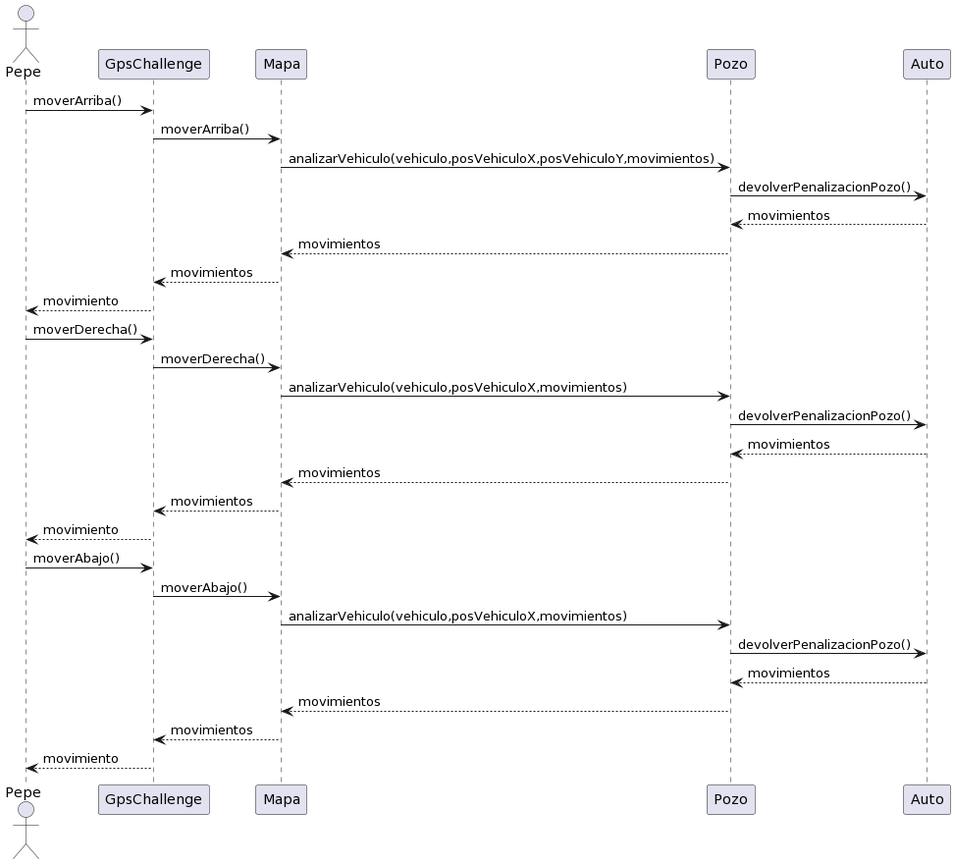
IannielloR/TP2_algo3 keeps this PlantUML diagram as diagrams/sequences/02TestAutoConPozo.PNG. Above is the earlier version.
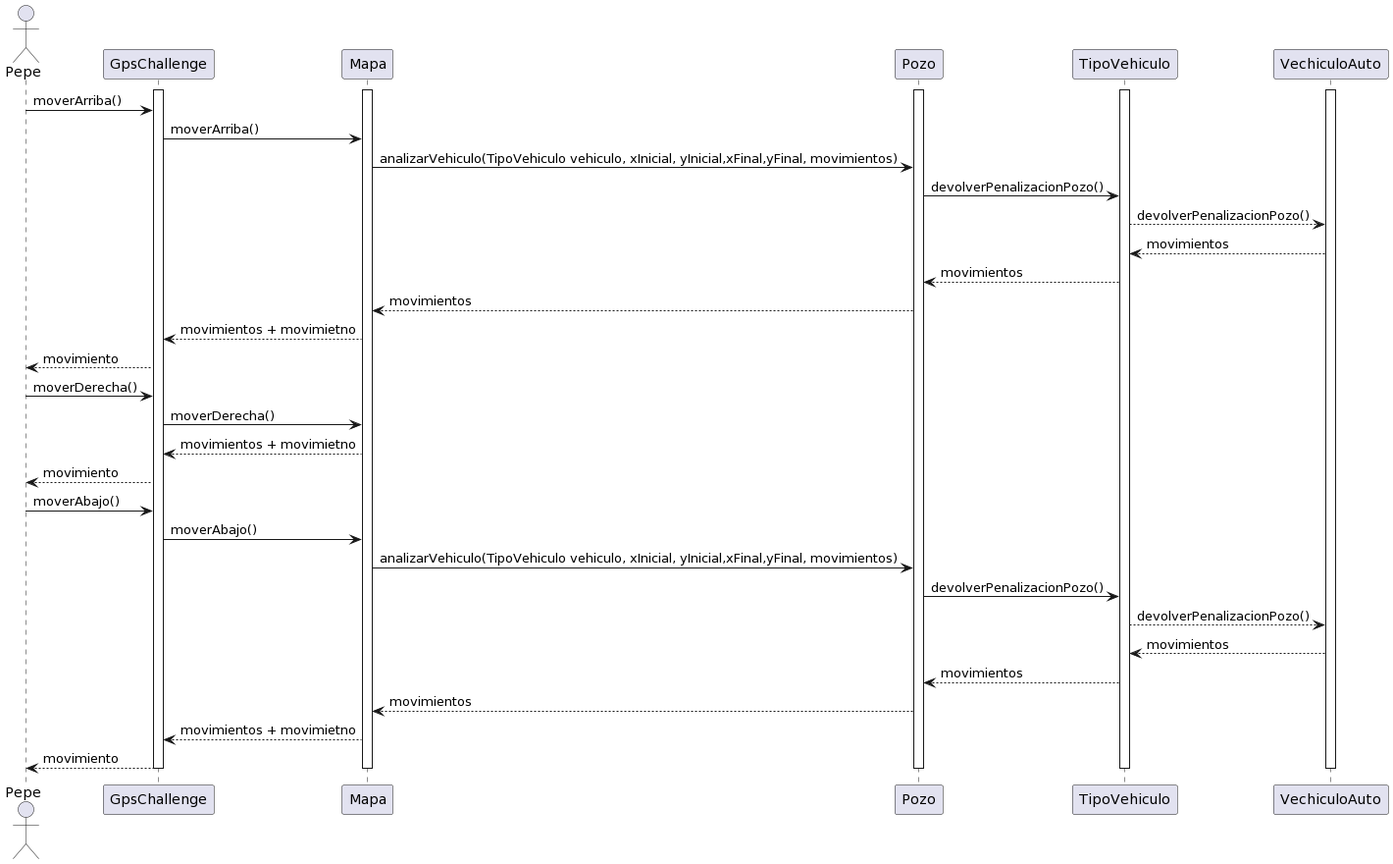
The same diagram one commit later.

The edit, as a diff of the source:
```diff
@@ -1,30 +1,44 @@
 @startuml
 actor Pepe
+activate GpsChallenge
+activate Mapa
+activate Pozo
+activate TipoVehiculo
+activate VechiculoAuto
 
 Pepe-> GpsChallenge: moverArriba()
 GpsChallenge -> Mapa: moverArriba()
-Mapa -> Pozo: analizarVehiculo(vehiculo,posVehiculoX,posVehiculoY,movimientos)
-Pozo-> Auto: devolverPenalizacionPozo()
-Auto--> Pozo: movimientos
+Mapa -> Pozo: analizarVehiculo(TipoVehiculo vehiculo, xInicial, yInicial,xFinal,yFinal, movimientos)
+
+Pozo-> TipoVehiculo: devolverPenalizacionPozo()
+TipoVehiculo--> VechiculoAuto : devolverPenalizacionPozo()
+VechiculoAuto --> TipoVehiculo: movimientos
+TipoVehiculo--> Pozo: movimientos
 Pozo--> Mapa: movimientos
-Mapa --> GpsChallenge: movimientos
+Mapa --> GpsChallenge: movimientos + movimietno
 GpsChallenge --> Pepe: movimiento
 
 Pepe-> GpsChallenge: moverDerecha()
 GpsChallenge -> Mapa: moverDerecha()
-Mapa -> Pozo: analizarVehiculo(vehiculo,posVehiculoX,movimientos)
-Pozo-> Auto: devolverPenalizacionPozo()
-Auto--> Pozo: movimientos
-Pozo--> Mapa: movimientos
-Mapa --> GpsChallenge: movimientos
+Mapa --> GpsChallenge: movimientos + movimietno
 GpsChallenge --> Pepe: movimiento
 
 Pepe-> GpsChallenge: moverAbajo()
 GpsChallenge -> Mapa: moverAbajo()
-Mapa -> Pozo: analizarVehiculo(vehiculo,posVehiculoX,movimientos)
-Pozo-> Auto: devolverPenalizacionPozo()
-Auto--> Pozo: movimientos
+Mapa -> Pozo: analizarVehiculo(TipoVehiculo vehiculo, xInicial, yInicial,xFinal,yFinal, movimientos)
+Pozo-> TipoVehiculo: devolverPenalizacionPozo()
+TipoVehiculo--> VechiculoAuto: devolverPenalizacionPozo()
+VechiculoAuto --> TipoVehiculo: movimientos
+TipoVehiculo--> Pozo: movimientos
+
 Pozo--> Mapa: movimientos
-Mapa --> GpsChallenge: movimientos
+
+Mapa --> GpsChallenge: movimientos + movimietno
+
 GpsChallenge --> Pepe: movimiento
+deactivate VechiculoAuto
+deactivate TipoVehiculo
+deactivate Pozo
+deactivate Mapa
+deactivate GpsChallenge
 @enduml
```
